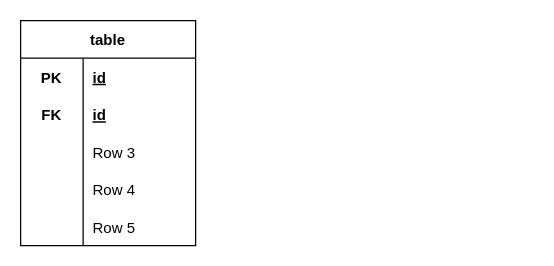
Before: Basis/01_指针类型/未命名绘图.drawio in yueekee/Sediment-golang, a draw.io diagram. Source tidied: cells renumbered, new cells numbered last; positions are measured from the earlier drawing's top-left corner, leaving out a move shared by most shapes. Both pictures are drawn from the tidied source at 125%, with x=0, y=0 at pixel (20, 20).
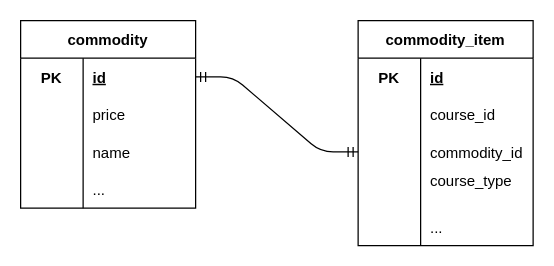
The same diagram, later.

Commit message:
更新未命名绘图.drawio

Unchanged cells that the change refers to:
```xml
<mxCell id="3" style="shape=partialRectangle;fillColor=none;top=0;left=0;bottom=0;right=0;points=[[0,0.5],[1,0.5]];portConstraint=eastwest;" parent="2" vertex="1">
  <mxGeometry y="30" width="140" height="30" as="geometry" />
</mxCell>
```

Diff of the diagram source:
```diff
@@
+    <mxCell id="18" value="commodity_item" style="shape=table;startSize=30;childLayout=tableLayout;rowLines=0;fontStyle=1;align=center;" parent="1" vertex="1">
+      <mxGeometry x="270" width="140" height="180" as="geometry" />
+    </mxCell>
+    <mxCell id="19" style="shape=partialRectangle;fillColor=none;top=0;left=0;bottom=0;right=0;" parent="18" vertex="1">
+      <mxGeometry y="30" width="140" height="30" as="geometry" />
+    </mxCell>
+    <mxCell id="20" value="PK" style="shape=partialRectangle;fillColor=none;top=0;left=0;bottom=0;right=0;fontStyle=1;overflow=hidden;" parent="19" vertex="1">
+      <mxGeometry width="50" height="30" as="geometry" />
+    </mxCell>
+    <mxCell id="8" value="id" style="shape=partialRectangle;fillColor=none;top=0;left=0;bottom=0;right=0;align=left;spacingLeft=6;fontStyle=5;overflow=hidden;" parent="19" vertex="1">
+      <mxGeometry x="50" width="90" height="30" as="geometry" />
+    </mxCell>
+    <mxCell id="6" style="shape=partialRectangle;fillColor=none;top=0;left=0;bottom=0;right=0;" parent="18" vertex="1">
+      <mxGeometry y="60" width="140" height="30" as="geometry" />
+    </mxCell>
+    <mxCell id="21" style="shape=partialRectangle;fillColor=none;top=0;left=0;bottom=0;right=0;overflow=hidden;" parent="6" vertex="1">
+      <mxGeometry width="50" height="30" as="geometry" />
+    </mxCell>
+    <mxCell id="22" value="course_id" style="shape=partialRectangle;fillColor=none;top=0;left=0;bottom=0;right=0;align=left;spacingLeft=6;overflow=hidden;" parent="6" vertex="1">
+      <mxGeometry x="50" width="90" height="30" as="geometry" />
+    </mxCell>
+    <mxCell id="23" style="shape=partialRectangle;fillColor=none;top=0;left=0;bottom=0;right=0;points=[[0,0.5],[1,0.5]];portConstraint=eastwest;" parent="18" vertex="1">
+      <mxGeometry y="90" width="140" height="30" as="geometry" />
+    </mxCell>
+    <mxCell id="24" style="shape=partialRectangle;fillColor=none;top=0;left=0;bottom=0;right=0;overflow=hidden;" parent="23" vertex="1">
+      <mxGeometry width="50" height="30" as="geometry" />
+    </mxCell>
+    <mxCell id="25" value="commodity_id" style="shape=partialRectangle;fillColor=none;top=0;left=0;bottom=0;right=0;align=left;spacingLeft=6;overflow=hidden;" parent="23" vertex="1">
+      <mxGeometry x="50" width="90" height="30" as="geometry" />
+    </mxCell>
+    <mxCell id="26" style="shape=partialRectangle;fillColor=none;top=0;left=0;bottom=0;right=0;" parent="18" vertex="1">
+      <mxGeometry y="120" width="140" height="30" as="geometry" />
+    </mxCell>
+    <mxCell id="27" style="shape=partialRectangle;fillColor=none;top=0;left=0;bottom=0;right=0;overflow=hidden;" parent="26" vertex="1">
+      <mxGeometry width="50" height="30" as="geometry" />
+    </mxCell>
+    <mxCell id="28" value="course_type&#10;" style="shape=partialRectangle;fillColor=none;top=0;left=0;bottom=0;right=0;align=left;spacingLeft=6;overflow=hidden;" parent="26" vertex="1">
+      <mxGeometry x="50" width="90" height="30" as="geometry" />
+    </mxCell>
+    <mxCell id="29" style="shape=partialRectangle;fillColor=none;top=0;left=0;bottom=0;right=0;" parent="18" vertex="1">
+      <mxGeometry y="150" width="140" height="30" as="geometry" />
+    </mxCell>
+    <mxCell id="30" style="shape=partialRectangle;fillColor=none;top=0;left=0;bottom=0;right=0;overflow=hidden;" parent="29" vertex="1">
+      <mxGeometry width="50" height="30" as="geometry" />
+    </mxCell>
+    <mxCell id="31" value="..." style="shape=partialRectangle;fillColor=none;top=0;left=0;bottom=0;right=0;align=left;spacingLeft=6;overflow=hidden;" parent="29" vertex="1">
+      <mxGeometry x="50" width="90" height="30" as="geometry" />
+    </mxCell>
-    <mxCell id="2" value="table" style="shape=table;startSize=30;childLayout=tableLayout;rowLines=0;fontStyle=1;align=center;" parent="1" vertex="1">
-      <mxGeometry width="140" height="180" as="geometry" />
+    <mxCell id="2" value="commodity" style="shape=table;startSize=30;childLayout=tableLayout;rowLines=0;fontStyle=1;align=center;" parent="1" vertex="1">
+      <mxGeometry width="140" height="150" as="geometry" />
     </mxCell>
@@
-    <mxCell id="6" style="shape=partialRectangle;fillColor=none;top=0;left=0;bottom=0;right=0;" parent="2" vertex="1">
-      <mxGeometry y="60" width="140" height="30" as="geometry" />
-    </mxCell>
-    <mxCell id="7" value="FK" style="shape=partialRectangle;fillColor=none;top=0;left=0;bottom=0;right=0;fontStyle=1;overflow=hidden;" parent="6" vertex="1">
-      <mxGeometry width="50" height="30" as="geometry" />
-    </mxCell>
-    <mxCell id="8" value="id" style="shape=partialRectangle;fillColor=none;top=0;left=0;bottom=0;right=0;align=left;spacingLeft=6;fontStyle=5;overflow=hidden;" parent="6" vertex="1">
-      <mxGeometry x="50" width="90" height="30" as="geometry" />
-    </mxCell>
     <mxCell id="9" style="shape=partialRectangle;fillColor=none;top=0;left=0;bottom=0;right=0;" parent="2" vertex="1">
-      <mxGeometry y="90" width="140" height="30" as="geometry" />
+      <mxGeometry y="60" width="140" height="30" as="geometry" />
     </mxCell>
@@
-    <mxCell id="11" value="Row 3" style="shape=partialRectangle;fillColor=none;top=0;left=0;bottom=0;right=0;align=left;spacingLeft=6;overflow=hidden;" parent="9" vertex="1">
+    <mxCell id="11" value="price" style="shape=partialRectangle;fillColor=none;top=0;left=0;bottom=0;right=0;align=left;spacingLeft=6;overflow=hidden;" parent="9" vertex="1">
       <mxGeometry x="50" width="90" height="30" as="geometry" />
     </mxCell>
     <mxCell id="12" style="shape=partialRectangle;fillColor=none;top=0;left=0;bottom=0;right=0;" parent="2" vertex="1">
-      <mxGeometry y="120" width="140" height="30" as="geometry" />
+      <mxGeometry y="90" width="140" height="30" as="geometry" />
     </mxCell>
@@
-    <mxCell id="14" value="Row 4" style="shape=partialRectangle;fillColor=none;top=0;left=0;bottom=0;right=0;align=left;spacingLeft=6;overflow=hidden;" parent="12" vertex="1">
+    <mxCell id="14" value="name" style="shape=partialRectangle;fillColor=none;top=0;left=0;bottom=0;right=0;align=left;spacingLeft=6;overflow=hidden;" parent="12" vertex="1">
       <mxGeometry x="50" width="90" height="30" as="geometry" />
     </mxCell>
     <mxCell id="15" style="shape=partialRectangle;fillColor=none;top=0;left=0;bottom=0;right=0;" parent="2" vertex="1">
-      <mxGeometry y="150" width="140" height="30" as="geometry" />
+      <mxGeometry y="120" width="140" height="30" as="geometry" />
     </mxCell>
@@
-    <mxCell id="17" value="Row 5" style="shape=partialRectangle;fillColor=none;top=0;left=0;bottom=0;right=0;align=left;spacingLeft=6;overflow=hidden;" parent="15" vertex="1">
+    <mxCell id="17" value="..." style="shape=partialRectangle;fillColor=none;top=0;left=0;bottom=0;right=0;align=left;spacingLeft=6;overflow=hidden;" parent="15" vertex="1">
       <mxGeometry x="50" width="90" height="30" as="geometry" />
     </mxCell>
+    <mxCell id="32" style="edgeStyle=entityRelationEdgeStyle;fontSize=12;html=1;endArrow=ERmandOne;startArrow=ERmandOne;exitX=1;exitY=0.5;exitDx=0;exitDy=0;entryX=0;entryY=0.5;entryDx=0;entryDy=0;" parent="1" edge="1" source="3" target="23">
+      <mxGeometry relative="1" as="geometry" />
+    </mxCell>
```
